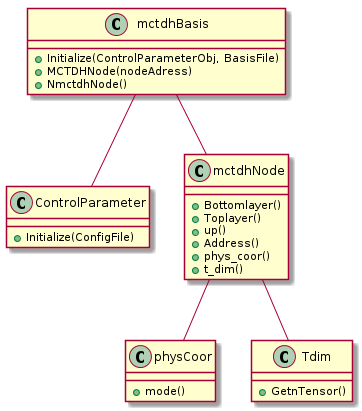
This is figures/sequenceDiagram.png from pietiep/master-s-thesis, a PlantUML export, as it was before one commit.
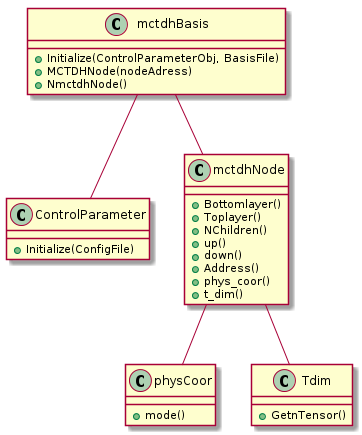
Later version of the same file.

Change to the diagram source:
```diff
@@ -10,7 +10,9 @@
 mctdhBasis : +NmctdhNode()
 mctdhNode : +Bottomlayer()
 mctdhNode : +Toplayer()
+mctdhNode : +NChildren()
 mctdhNode : +up()
+mctdhNode : +down()
 mctdhNode : +Address()
 mctdhNode : +phys_coor()
 mctdhNode : +t_dim()
```
